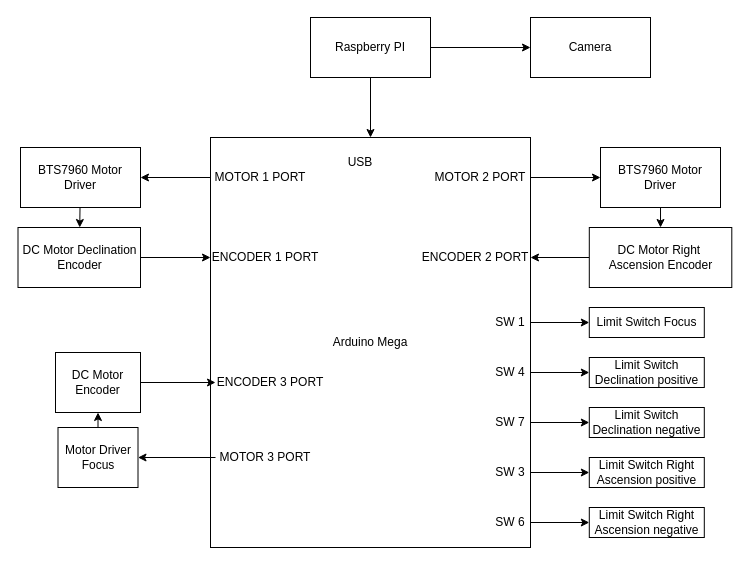
Earlier version of the draw.io diagram Hardware/Electric shematic.drawio (JVCDLC/Star-Track). Source tidied: cells renumbered, new cells numbered last; positions are measured from the earlier drawing's top-left corner, leaving out a move shared by most shapes. Both pictures are drawn from the tidied source at 100%, with x=0, y=0 at pixel (18, 17).
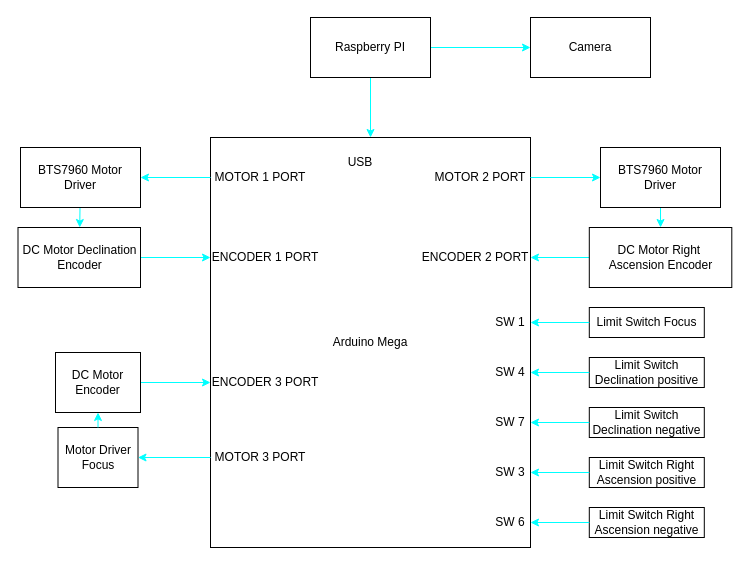
Above is the later version.

Commit message (it also covers changes not shown here):
Update electric schematic

Replace Hardware/Electric shematic.png with an updated binary image. The PNG file has been changed to a new version of the electrical schematic diagram.

Unchanged cells that the change refers to:
```xml
<mxCell id="4" value="Raspberry PI" style="rounded=0;whiteSpace=wrap;html=1;" parent="1" vertex="1">
  <mxGeometry x="292" width="120" height="60" as="geometry" />
</mxCell>
<mxCell id="5" value="Camera" style="rounded=0;whiteSpace=wrap;html=1;" parent="1" vertex="1">
  <mxGeometry x="512" width="120" height="60" as="geometry" />
</mxCell>
<mxCell id="6" value="Arduino Mega" style="rounded=0;whiteSpace=wrap;html=1;" parent="1" vertex="1">
  <mxGeometry x="192" y="120" width="320" height="410" as="geometry" />
</mxCell>
<mxCell id="8" value="BTS7960 Motor Driver" style="rounded=0;whiteSpace=wrap;html=1;" parent="1" vertex="1">
  <mxGeometry x="582" y="130" width="120" height="60" as="geometry" />
</mxCell>
<mxCell id="10" value="DC Motor Right&amp;nbsp;&lt;div&gt;&lt;font style=&quot;color: rgb(0, 0, 0);&quot;&gt;Ascension&amp;nbsp;&lt;span style=&quot;background-color: transparent;&quot;&gt;Encoder&lt;/span&gt;&lt;/font&gt;&lt;/div&gt;" style="rounded=0;whiteSpace=wrap;html=1;" parent="1" vertex="1">
  <mxGeometry x="570.8" y="210" width="142.5" height="60" as="geometry" />
</mxCell>
<mxCell id="12" value="BTS7960 Motor Driver" style="rounded=0;whiteSpace=wrap;html=1;" parent="1" vertex="1">
  <mxGeometry x="2" y="130" width="120" height="60" as="geometry" />
</mxCell>
<mxCell id="14" value="DC Motor Declination&lt;div&gt;&lt;font style=&quot;color: rgb(0, 0, 0);&quot;&gt;Encoder&lt;/font&gt;&lt;/div&gt;" style="rounded=0;whiteSpace=wrap;html=1;" parent="1" vertex="1">
  <mxGeometry x="-0.5" y="210" width="122.5" height="60" as="geometry" />
</mxCell>
<mxCell id="15" value="Motor Driver Focus" style="rounded=0;whiteSpace=wrap;html=1;" parent="1" vertex="1">
  <mxGeometry x="39.5" y="410" width="80" height="60" as="geometry" />
</mxCell>
<mxCell id="17" value="DC Motor&lt;div&gt;&lt;font style=&quot;color: rgb(0, 0, 0);&quot;&gt;Encoder&lt;/font&gt;&lt;/div&gt;" style="rounded=0;whiteSpace=wrap;html=1;" parent="1" vertex="1">
  <mxGeometry x="37" y="335" width="85" height="60" as="geometry" />
</mxCell>
<mxCell id="19" value="Limit Switch Focus" style="rounded=0;whiteSpace=wrap;html=1;" parent="1" vertex="1">
  <mxGeometry x="570.8" y="290" width="115" height="30" as="geometry" />
</mxCell>
<mxCell id="22" value="MOTOR 1 PORT" style="text;html=1;align=center;verticalAlign=middle;whiteSpace=wrap;rounded=0;" parent="1" vertex="1">
  <mxGeometry x="192" y="145" width="100" height="30" as="geometry" />
</mxCell>
<mxCell id="24" value="MOTOR 2 PORT" style="text;html=1;align=center;verticalAlign=middle;whiteSpace=wrap;rounded=0;" parent="1" vertex="1">
  <mxGeometry x="412" y="145" width="100" height="30" as="geometry" />
</mxCell>
<mxCell id="25" value="ENCODER 1 PORT" style="text;html=1;align=center;verticalAlign=middle;whiteSpace=wrap;rounded=0;" parent="1" vertex="1">
  <mxGeometry x="192" y="225" width="110" height="30" as="geometry" />
</mxCell>
<mxCell id="26" value="ENCODER 2 PORT" style="text;html=1;align=center;verticalAlign=middle;whiteSpace=wrap;rounded=0;" parent="1" vertex="1">
  <mxGeometry x="402" y="225" width="110" height="30" as="geometry" />
</mxCell>
<mxCell id="31" value="SW 1" style="text;html=1;align=center;verticalAlign=middle;whiteSpace=wrap;rounded=0;" parent="1" vertex="1">
  <mxGeometry x="472" y="290" width="40" height="30" as="geometry" />
</mxCell>
<mxCell id="32" value="Limit Switch Declination positive" style="rounded=0;whiteSpace=wrap;html=1;" parent="1" vertex="1">
  <mxGeometry x="570.8" y="340" width="115" height="30" as="geometry" />
</mxCell>
<mxCell id="34" value="SW 4" style="text;html=1;align=center;verticalAlign=middle;whiteSpace=wrap;rounded=0;" parent="1" vertex="1">
  <mxGeometry x="472" y="340" width="40" height="30" as="geometry" />
</mxCell>
<mxCell id="35" value="&lt;span style=&quot;color: rgb(0, 0, 0);&quot;&gt;Limit Switch Declination negative&lt;/span&gt;" style="rounded=0;whiteSpace=wrap;html=1;" parent="1" vertex="1">
  <mxGeometry x="570.8" y="390" width="115" height="30" as="geometry" />
</mxCell>
<mxCell id="37" value="SW 7" style="text;html=1;align=center;verticalAlign=middle;whiteSpace=wrap;rounded=0;" parent="1" vertex="1">
  <mxGeometry x="472" y="390" width="40" height="30" as="geometry" />
</mxCell>
<mxCell id="38" value="Limit Switch Right Ascension positive" style="rounded=0;whiteSpace=wrap;html=1;" parent="1" vertex="1">
  <mxGeometry x="570.8" y="440" width="115" height="30" as="geometry" />
</mxCell>
<mxCell id="40" value="SW 3" style="text;html=1;align=center;verticalAlign=middle;whiteSpace=wrap;rounded=0;" parent="1" vertex="1">
  <mxGeometry x="472" y="440" width="40" height="30" as="geometry" />
</mxCell>
<mxCell id="41" value="&lt;span style=&quot;color: rgb(0, 0, 0);&quot;&gt;Limit Switch Right Ascension negative&lt;/span&gt;" style="rounded=0;whiteSpace=wrap;html=1;" parent="1" vertex="1">
  <mxGeometry x="570.8" y="490" width="115" height="30" as="geometry" />
</mxCell>
<mxCell id="43" value="SW 6" style="text;html=1;align=center;verticalAlign=middle;whiteSpace=wrap;rounded=0;" parent="1" vertex="1">
  <mxGeometry x="472" y="490" width="40" height="30" as="geometry" />
</mxCell>
```

Change to the diagram source:
```diff
@@
-    <mxCell id="2" style="edgeStyle=none;html=1;" parent="1" edge="1" source="4" target="5">
+    <mxCell id="2" style="edgeStyle=none;html=1;strokeColor=#00FFFF;" parent="1" edge="1" source="4" target="5">
       <mxGeometry relative="1" as="geometry" />
     </mxCell>
-    <mxCell id="3" style="edgeStyle=none;html=1;" parent="1" edge="1" source="4" target="6">
+    <mxCell id="3" style="edgeStyle=none;html=1;strokeColor=#00FFFF;" parent="1" edge="1" source="4" target="6">
       <mxGeometry relative="1" as="geometry" />
     </mxCell>
@@
-    <mxCell id="7" style="edgeStyle=none;html=1;" parent="1" edge="1" source="8" target="10">
+    <mxCell id="7" style="edgeStyle=none;html=1;strokeColor=#00FFFF;" parent="1" edge="1" source="8" target="10">
       <mxGeometry relative="1" as="geometry" />
     </mxCell>
@@
-    <mxCell id="9" style="edgeStyle=none;html=1;" parent="1" edge="1" source="10" target="26">
+    <mxCell id="9" style="edgeStyle=none;html=1;strokeColor=#00FFFF;" parent="1" edge="1" source="10" target="26">
       <mxGeometry relative="1" as="geometry" />
     </mxCell>
@@
-    <mxCell id="11" style="edgeStyle=none;html=1;" parent="1" edge="1" source="12" target="14">
+    <mxCell id="11" style="edgeStyle=none;html=1;strokeColor=#00FFFF;" parent="1" edge="1" source="12" target="14">
       <mxGeometry relative="1" as="geometry" />
     </mxCell>
@@
-    <mxCell id="13" style="edgeStyle=none;html=1;entryX=0;entryY=0.5;entryDx=0;entryDy=0;" parent="1" edge="1" source="14" target="25">
+    <mxCell id="13" style="edgeStyle=none;html=1;entryX=0;entryY=0.5;entryDx=0;entryDy=0;strokeColor=#00FFFF;" parent="1" edge="1" source="14" target="25">
       <mxGeometry relative="1" as="geometry" />
     </mxCell>
@@
-    <mxCell id="16" style="edgeStyle=none;html=1;entryX=0;entryY=0.5;entryDx=0;entryDy=0;" parent="1" edge="1" source="17" target="29">
+    <mxCell id="16" style="edgeStyle=none;html=1;entryX=0;entryY=0.5;entryDx=0;entryDy=0;strokeColor=#00FFFF;" parent="1" edge="1" source="17" target="29">
       <mxGeometry relative="1" as="geometry" />
     </mxCell>
@@
-    <mxCell id="18" style="edgeStyle=none;html=1;entryX=0.5;entryY=1;entryDx=0;entryDy=0;" parent="1" edge="1" source="15" target="17">
+    <mxCell id="18" style="edgeStyle=none;html=1;entryX=0.5;entryY=1;entryDx=0;entryDy=0;strokeColor=#00FFFF;" parent="1" edge="1" source="15" target="17">
       <mxGeometry relative="1" as="geometry" />
     </mxCell>
@@
-    <mxCell id="21" style="edgeStyle=none;html=1;entryX=1;entryY=0.5;entryDx=0;entryDy=0;" parent="1" edge="1" source="22" target="12">
+    <mxCell id="21" style="edgeStyle=none;html=1;entryX=1;entryY=0.5;entryDx=0;entryDy=0;strokeColor=#00FFFF;" parent="1" edge="1" source="22" target="12">
       <mxGeometry relative="1" as="geometry" />
     </mxCell>
@@
-    <mxCell id="23" style="edgeStyle=none;html=1;entryX=0;entryY=0.5;entryDx=0;entryDy=0;" parent="1" edge="1" source="24" target="8">
+    <mxCell id="23" style="edgeStyle=none;html=1;entryX=0;entryY=0.5;entryDx=0;entryDy=0;strokeColor=#00FFFF;" parent="1" edge="1" source="24" target="8">
       <mxGeometry relative="1" as="geometry" />
     </mxCell>
@@
-    <mxCell id="27" style="edgeStyle=none;html=1;entryX=1;entryY=0.5;entryDx=0;entryDy=0;" parent="1" edge="1" source="28" target="15">
+    <mxCell id="27" style="edgeStyle=none;html=1;entryX=1;entryY=0.5;entryDx=0;entryDy=0;strokeColor=#00FFFF;" parent="1" edge="1" source="28" target="15">
       <mxGeometry relative="1" as="geometry" />
     </mxCell>
     <mxCell id="28" value="MOTOR 3 PORT" style="text;html=1;align=center;verticalAlign=middle;whiteSpace=wrap;rounded=0;" parent="1" vertex="1">
-      <mxGeometry x="197" y="425" width="100" height="30" as="geometry" />
+      <mxGeometry x="192" y="425" width="100" height="30" as="geometry" />
     </mxCell>
     <mxCell id="29" value="ENCODER 3 PORT" style="text;html=1;align=center;verticalAlign=middle;whiteSpace=wrap;rounded=0;" parent="1" vertex="1">
-      <mxGeometry x="197" y="350" width="110" height="30" as="geometry" />
+      <mxGeometry x="192" y="350" width="110" height="30" as="geometry" />
     </mxCell>
-    <mxCell id="30" style="edgeStyle=none;html=1;" parent="1" edge="1" source="31" target="19">
+    <mxCell id="30" style="edgeStyle=none;html=1;strokeColor=#00FFFF;startArrow=classic;startFill=1;endArrow=none;endFill=0;" parent="1" edge="1" source="31" target="19">
       <mxGeometry relative="1" as="geometry" />
     </mxCell>
@@
-    <mxCell id="33" style="edgeStyle=none;html=1;" parent="1" edge="1" source="34" target="32">
+    <mxCell id="33" style="edgeStyle=none;html=1;strokeColor=#00FFFF;startArrow=classic;startFill=1;endArrow=none;endFill=0;" parent="1" edge="1" source="34" target="32">
       <mxGeometry relative="1" as="geometry" />
     </mxCell>
@@
-    <mxCell id="36" style="edgeStyle=none;html=1;" parent="1" edge="1" source="37" target="35">
+    <mxCell id="36" style="edgeStyle=none;html=1;strokeColor=#00FFFF;startArrow=classic;startFill=1;endArrow=none;endFill=0;" parent="1" edge="1" source="37" target="35">
       <mxGeometry relative="1" as="geometry" />
     </mxCell>
@@
-    <mxCell id="39" style="edgeStyle=none;html=1;" parent="1" edge="1" source="40" target="38">
+    <mxCell id="39" style="edgeStyle=none;html=1;strokeColor=#00FFFF;startArrow=classic;startFill=1;endArrow=none;endFill=0;" parent="1" edge="1" source="40" target="38">
       <mxGeometry relative="1" as="geometry" />
     </mxCell>
@@
-    <mxCell id="42" style="edgeStyle=none;html=1;" parent="1" edge="1" source="43" target="41">
+    <mxCell id="42" style="edgeStyle=none;html=1;strokeColor=#00FFFF;startArrow=classic;startFill=1;endArrow=none;endFill=0;" parent="1" edge="1" source="43" target="41">
       <mxGeometry relative="1" as="geometry" />
     </mxCell>
```
